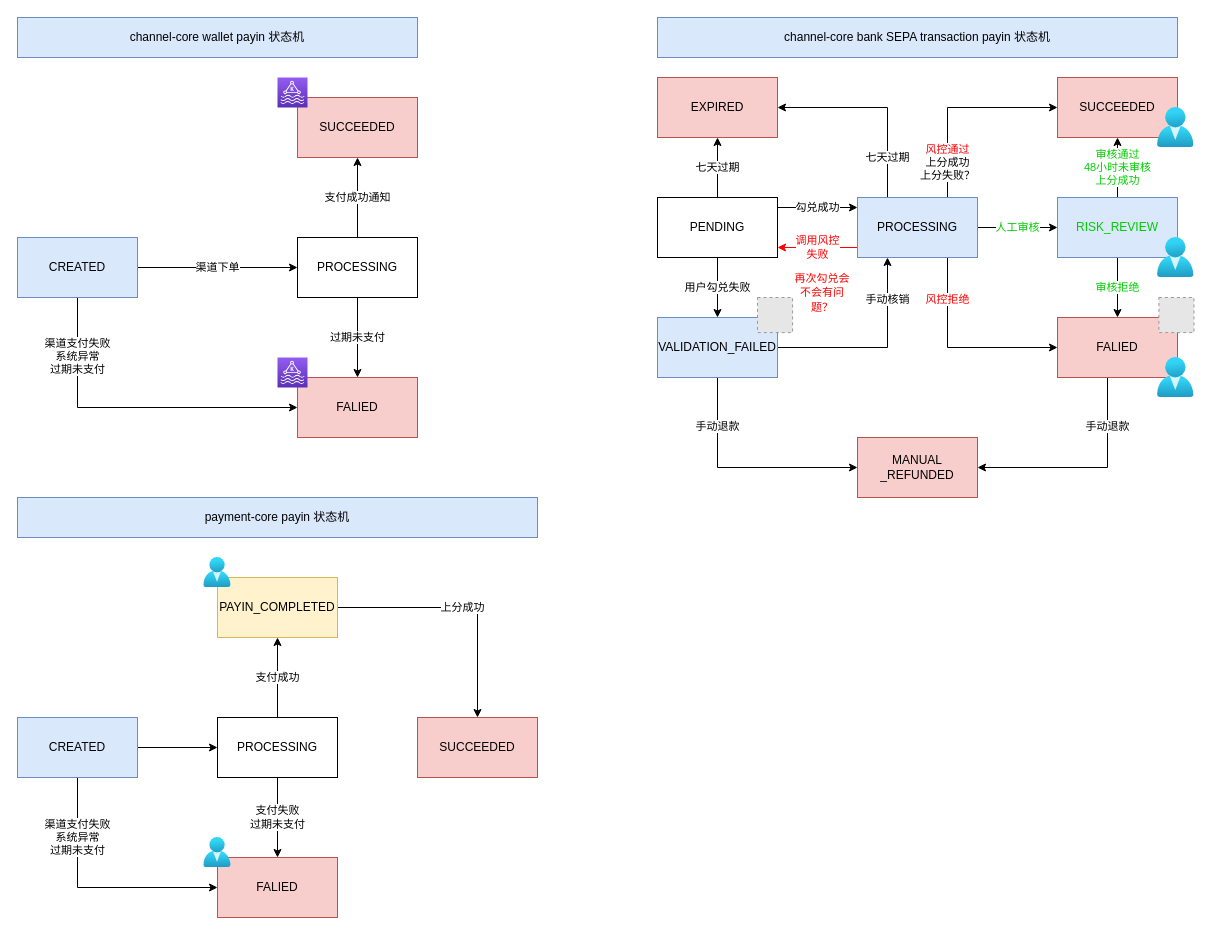
JudeSheng/design keeps this draw.io diagram as page "状态机" (3 of 5) of 库珀架构.drawio. Above is the earlier version. Source tidied: cells renumbered, new cells numbered last; positions are measured from the earlier drawing's top-left corner, leaving out a move shared by most shapes. Both pictures are drawn from the tidied source at 100%, with x=0, y=0 at pixel (17, 17). Pictures stored in the file or linked from it are replaced by grey dashed boxes.
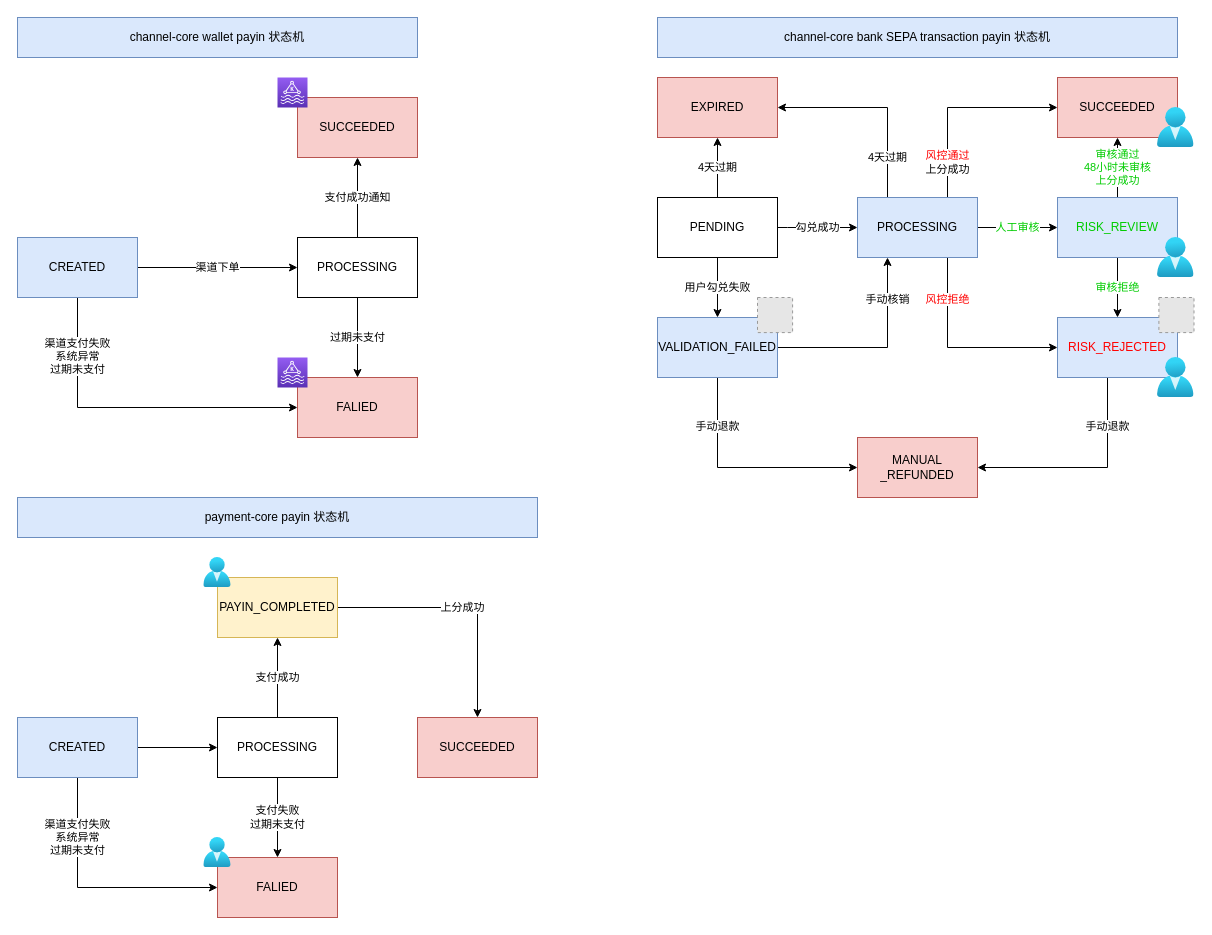
Above is the later version.

Unchanged cells that the change refers to:
```xml
<mxCell id="30" value="PENDING" style="rounded=0;whiteSpace=wrap;html=1;" parent="1" vertex="1">
  <mxGeometry x="640" y="180" width="120" height="60" as="geometry" />
</mxCell>
<mxCell id="36" value="PROCESSING" style="rounded=0;whiteSpace=wrap;html=1;fillColor=#dae8fc;strokeColor=#6c8ebf;" parent="1" vertex="1">
  <mxGeometry x="840" y="180" width="120" height="60" as="geometry" />
</mxCell>
<mxCell id="43" value="SUCCEEDED" style="rounded=0;whiteSpace=wrap;html=1;fillColor=#f8cecc;strokeColor=#b85450;" parent="1" vertex="1">
  <mxGeometry x="1040" y="60" width="120" height="60" as="geometry" />
</mxCell>
<mxCell id="52" value="EXPIRED" style="rounded=0;whiteSpace=wrap;html=1;fillColor=#f8cecc;strokeColor=#b85450;" parent="1" vertex="1">
  <mxGeometry x="640" y="60" width="120" height="60" as="geometry" />
</mxCell>
```

Change to the diagram source:
```diff
@@
     <mxCell id="27" value="勾兑成功" style="edgeStyle=orthogonalEdgeStyle;rounded=0;jettySize=auto;html=1;fontColor=#000000;strokeColor=#000000;" parent="1" edge="1" source="30" target="36">
       <mxGeometry relative="1" as="geometry">
         <Array as="points">
-          <mxPoint x="780" y="190" />
-          <mxPoint x="780" y="190" />
+          <mxPoint x="770" y="210" />
+          <mxPoint x="770" y="210" />
         </Array>
       </mxGeometry>
     </mxCell>
@@
-    <mxCell id="29" value="&lt;font color=&quot;#000000&quot;&gt;七天过期&lt;/font&gt;" style="edgeStyle=orthogonalEdgeStyle;rounded=0;jettySize=auto;html=1;fontColor=#FF0000;strokeColor=#000000;" parent="1" edge="1" source="30" target="52">
+    <mxCell id="29" value="&lt;font color=&quot;#000000&quot;&gt;4天过期&lt;/font&gt;" style="edgeStyle=orthogonalEdgeStyle;rounded=0;jettySize=auto;html=1;fontColor=#FF0000;strokeColor=#000000;" parent="1" edge="1" source="30" target="52">
       <mxGeometry relative="1" as="geometry" />
     </mxCell>
@@
-    <mxCell id="32" value="&lt;font color=&quot;#ff0000&quot;&gt;风控通过&lt;/font&gt;&lt;br&gt;上分成功&lt;br&gt;上分失败？" style="edgeStyle=orthogonalEdgeStyle;rounded=0;jettySize=auto;html=1;fontColor=#000000;strokeColor=#000000;" parent="1" edge="1" source="36" target="43">
+    <mxCell id="32" value="&lt;font color=&quot;#ff0000&quot;&gt;风控通过&lt;/font&gt;&lt;br&gt;上分成功" style="edgeStyle=orthogonalEdgeStyle;rounded=0;jettySize=auto;html=1;fontColor=#000000;strokeColor=#000000;" parent="1" edge="1" source="36" target="43">
       <mxGeometry x="-0.65" relative="1" as="geometry">
         <Array as="points">
           <mxPoint x="930" y="90" />
         </Array>
       </mxGeometry>
     </mxCell>
@@
-    <mxCell id="34" value="&lt;span style=&quot;color: rgb(0, 0, 0);&quot;&gt;七天过期&lt;/span&gt;" style="edgeStyle=orthogonalEdgeStyle;rounded=0;jettySize=auto;html=1;fontColor=#FF0000;strokeColor=#000000;" parent="1" edge="1" source="36" target="52">
+    <mxCell id="34" value="&lt;span style=&quot;color: rgb(0, 0, 0);&quot;&gt;4天过期&lt;/span&gt;" style="edgeStyle=orthogonalEdgeStyle;rounded=0;jettySize=auto;html=1;fontColor=#FF0000;strokeColor=#000000;" parent="1" edge="1" source="36" target="52">
       <mxGeometry x="-0.6" relative="1" as="geometry">
         <Array as="points">
           <mxPoint x="870" y="90" />
         </Array>
       </mxGeometry>
     </mxCell>
-    <mxCell id="35" value="调用风控&lt;br&gt;失败" style="edgeStyle=orthogonalEdgeStyle;rounded=0;jettySize=auto;html=1;fontColor=#FF0000;strokeColor=#FF0000;" parent="1" edge="1" source="36" target="30">
-      <mxGeometry relative="1" as="geometry">
-        <Array as="points">
-          <mxPoint x="800" y="230" />
-          <mxPoint x="800" y="230" />
-        </Array>
-      </mxGeometry>
-    </mxCell>
@@
-    <mxCell id="41" value="FALIED" style="rounded=0;whiteSpace=wrap;html=1;fillColor=#f8cecc;strokeColor=#b85450;" parent="1" vertex="1">
+    <mxCell id="41" value="RISK_REJECTED" style="rounded=0;whiteSpace=wrap;html=1;fillColor=#dae8fc;strokeColor=#6c8ebf;fontColor=#FF0000;" parent="1" vertex="1">
       <mxGeometry x="1040" y="300" width="120" height="60" as="geometry" />
     </mxCell>
@@
-    <mxCell id="53" value="&lt;span style=&quot;color: rgb(255, 0, 0); font-size: 11px;&quot;&gt;再次勾兑会不会有问题？&lt;/span&gt;" style="text;html=1;strokeColor=none;fillColor=none;align=center;verticalAlign=middle;whiteSpace=wrap;rounded=0;fontColor=#00CC00;" parent="1" vertex="1">
-      <mxGeometry x="775" y="260" width="60" height="30" as="geometry" />
-    </mxCell>
```
